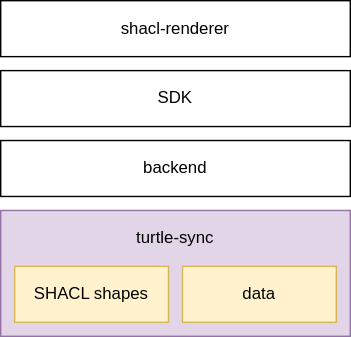
This is architecture/overview.drawio.svg from centergraph/centergraph, a draw.io export, as it was before one commit. Source tidied: cells renumbered, new cells last; positions are measured from the earlier drawing's top-left corner, leaving out a move shared by most shapes.
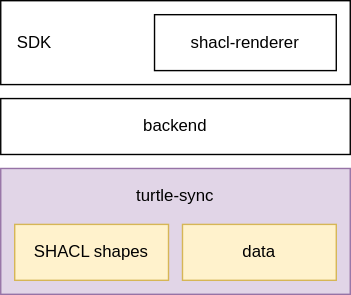
Above is the later version.

Diff of the diagram source:
```diff
@@ -14,11 +14,11 @@
     <mxCell id="5" value="data" style="rounded=0;whiteSpace=wrap;html=1;fillColor=#fff2cc;strokeColor=#d6b656;" parent="1" vertex="1">
       <mxGeometry x="130" y="190" width="110" height="40" as="geometry" />
     </mxCell>
-    <mxCell id="6" value="SDK" style="rounded=0;whiteSpace=wrap;html=1;" parent="1" vertex="1">
-      <mxGeometry y="50" width="250" height="40" as="geometry" />
+    <mxCell id="6" value="SDK" style="rounded=0;whiteSpace=wrap;html=1;align=left;spacing=12;" parent="1" vertex="1">
+      <mxGeometry y="30" width="250" height="60" as="geometry" />
     </mxCell>
     <mxCell id="7" value="shacl-renderer" style="rounded=0;whiteSpace=wrap;html=1;" parent="1" vertex="1">
-      <mxGeometry width="250" height="40" as="geometry" />
+      <mxGeometry x="110" y="40" width="130" height="40" as="geometry" />
     </mxCell>
   </root>
 </mxGraphModel>
```
